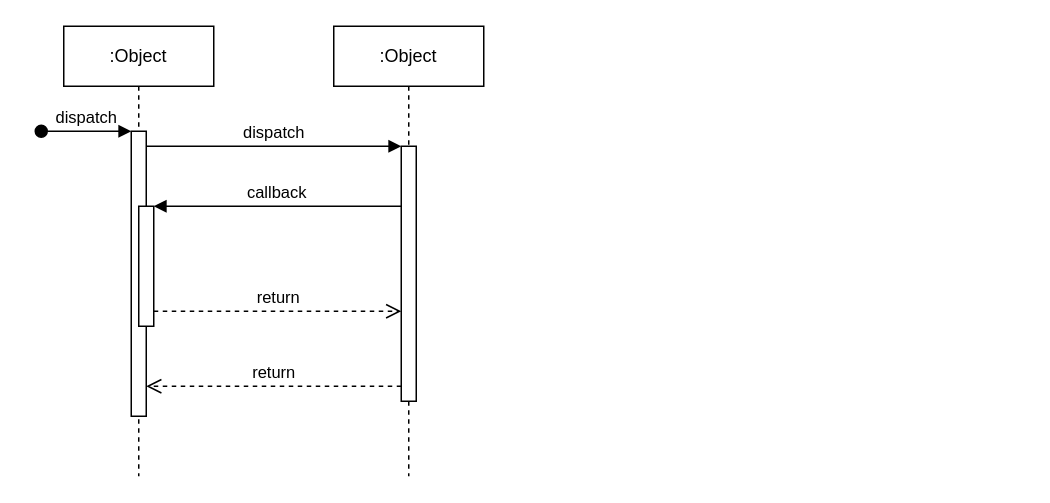
Earlier version of the draw.io diagram Untitled Diagram.drawio (jsonggan/term5_ESC_Cohort_Exercise). Source tidied: cells renumbered, new cells numbered last; positions are measured from the earlier drawing's top-left corner, leaving out a move shared by most shapes. Both pictures are drawn from the tidied source at 150%, with x=0, y=0 at pixel (40, 26).
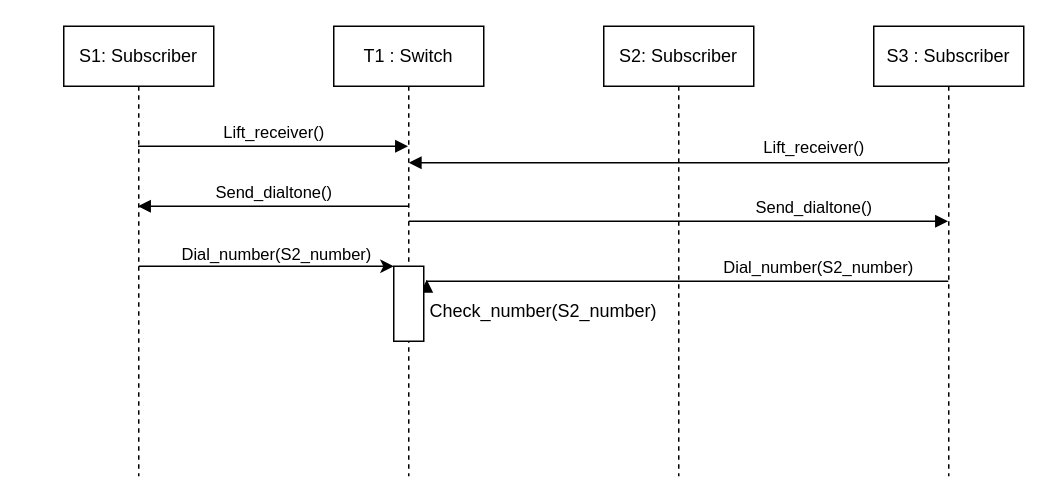
The same diagram, later.

Diff of the diagram source:
```diff
@@
-    <mxCell id="2" value=":Object" style="shape=umlLifeline;perimeter=lifelinePerimeter;whiteSpace=wrap;html=1;outlineConnect=0;portConstraint=eastwest;newEdgeStyle={&quot;edgeStyle&quot;:&quot;elbowEdgeStyle&quot;,&quot;elbow&quot;:&quot;vertical&quot;,&quot;curved&quot;:0,&quot;rounded&quot;:0};" parent="1" vertex="1">
+    <mxCell id="2" value="S1: Subscriber" style="shape=umlLifeline;perimeter=lifelinePerimeter;whiteSpace=wrap;html=1;outlineConnect=0;portConstraint=eastwest;newEdgeStyle={&quot;edgeStyle&quot;:&quot;elbowEdgeStyle&quot;,&quot;elbow&quot;:&quot;vertical&quot;,&quot;curved&quot;:0,&quot;rounded&quot;:0};" parent="1" vertex="1">
       <mxGeometry x="15" width="100" height="300" as="geometry" />
     </mxCell>
-    <mxCell id="3" style="html=1;points=[];perimeter=orthogonalPerimeter;outlineConnect=0;targetShapes=umlLifeline;portConstraint=eastwest;newEdgeStyle={&quot;edgeStyle&quot;:&quot;elbowEdgeStyle&quot;,&quot;elbow&quot;:&quot;vertical&quot;,&quot;curved&quot;:0,&quot;rounded&quot;:0};" parent="2" vertex="1">
-      <mxGeometry x="45" y="70" width="10" height="190" as="geometry" />
-    </mxCell>
-    <mxCell id="4" value="dispatch" style="html=1;verticalAlign=bottom;startArrow=oval;endArrow=block;startSize=8;edgeStyle=elbowEdgeStyle;elbow=vertical;curved=0;rounded=0;" parent="2" edge="1" target="3">
-      <mxGeometry relative="1" as="geometry">
-        <mxPoint x="-15" y="70" as="sourcePoint" />
-      </mxGeometry>
-    </mxCell>
-    <mxCell id="5" style="html=1;points=[];perimeter=orthogonalPerimeter;outlineConnect=0;targetShapes=umlLifeline;portConstraint=eastwest;newEdgeStyle={&quot;edgeStyle&quot;:&quot;elbowEdgeStyle&quot;,&quot;elbow&quot;:&quot;vertical&quot;,&quot;curved&quot;:0,&quot;rounded&quot;:0};" parent="2" vertex="1">
-      <mxGeometry x="50" y="120" width="10" height="80" as="geometry" />
-    </mxCell>
-    <mxCell id="6" value=":Object" style="shape=umlLifeline;perimeter=lifelinePerimeter;whiteSpace=wrap;html=1;outlineConnect=0;portConstraint=eastwest;newEdgeStyle={&quot;edgeStyle&quot;:&quot;elbowEdgeStyle&quot;,&quot;elbow&quot;:&quot;vertical&quot;,&quot;curved&quot;:0,&quot;rounded&quot;:0};" parent="1" vertex="1">
+    <mxCell id="6" value="T1 : Switch" style="shape=umlLifeline;perimeter=lifelinePerimeter;whiteSpace=wrap;html=1;outlineConnect=0;portConstraint=eastwest;newEdgeStyle={&quot;edgeStyle&quot;:&quot;elbowEdgeStyle&quot;,&quot;elbow&quot;:&quot;vertical&quot;,&quot;curved&quot;:0,&quot;rounded&quot;:0};" parent="1" vertex="1">
       <mxGeometry x="195" width="100" height="300" as="geometry" />
     </mxCell>
-    <mxCell id="7" style="html=1;points=[];perimeter=orthogonalPerimeter;outlineConnect=0;targetShapes=umlLifeline;portConstraint=eastwest;newEdgeStyle={&quot;edgeStyle&quot;:&quot;elbowEdgeStyle&quot;,&quot;elbow&quot;:&quot;vertical&quot;,&quot;curved&quot;:0,&quot;rounded&quot;:0};" parent="6" vertex="1">
-      <mxGeometry x="45" y="80" width="10" height="170" as="geometry" />
-    </mxCell>
-    <mxCell id="8" value="dispatch" style="html=1;verticalAlign=bottom;endArrow=block;edgeStyle=elbowEdgeStyle;elbow=vertical;curved=0;rounded=0;" parent="1" edge="1" source="3" target="7">
+    <mxCell id="8" value="Lift_receiver()" style="html=1;verticalAlign=bottom;endArrow=block;edgeStyle=elbowEdgeStyle;elbow=vertical;curved=0;rounded=0;" parent="1" edge="1" source="2" target="6">
       <mxGeometry relative="1" as="geometry">
         <Array as="points">
           <mxPoint x="155" y="80" />
         </Array>
       </mxGeometry>
     </mxCell>
-    <mxCell id="9" value="return" style="html=1;verticalAlign=bottom;endArrow=open;dashed=1;endSize=8;edgeStyle=elbowEdgeStyle;elbow=vertical;curved=0;rounded=0;" parent="1" edge="1" source="7" target="3">
-      <mxGeometry relative="1" as="geometry">
-        <Array as="points">
-          <mxPoint x="165" y="240" />
-        </Array>
-      </mxGeometry>
-    </mxCell>
-    <mxCell id="10" value="callback" style="html=1;verticalAlign=bottom;endArrow=block;edgeStyle=elbowEdgeStyle;elbow=vertical;curved=0;rounded=0;" parent="1" edge="1" source="7" target="5">
+    <mxCell id="10" value="Send_dialtone()" style="html=1;verticalAlign=bottom;endArrow=block;edgeStyle=elbowEdgeStyle;elbow=vertical;curved=0;rounded=0;" parent="1" edge="1" source="6" target="2">
       <mxGeometry relative="1" as="geometry">
         <Array as="points">
           <mxPoint x="165" y="120" />
         </Array>
       </mxGeometry>
     </mxCell>
-    <mxCell id="11" value="return" style="html=1;verticalAlign=bottom;endArrow=open;dashed=1;endSize=8;edgeStyle=elbowEdgeStyle;elbow=vertical;curved=0;rounded=0;" parent="1" edge="1" source="5" target="7">
-      <mxGeometry relative="1" as="geometry">
-        <Array as="points">
-          <mxPoint x="155" y="190" />
-        </Array>
-      </mxGeometry>
-    </mxCell>
+    <mxCell id="12" value="S2: Subscriber" style="shape=umlLifeline;perimeter=lifelinePerimeter;whiteSpace=wrap;html=1;newEdgeStyle={&quot;edgeStyle&quot;:&quot;elbowEdgeStyle&quot;,&quot;elbow&quot;:&quot;vertical&quot;,&quot;curved&quot;:0,&quot;rounded&quot;:0};" parent="1" vertex="1">
+      <mxGeometry x="375" width="100" height="300" as="geometry" />
+    </mxCell>
+    <mxCell id="13" value="S3 : Subscriber" style="shape=umlLifeline;perimeter=lifelinePerimeter;whiteSpace=wrap;html=1;outlineConnect=0;portConstraint=eastwest;newEdgeStyle={&quot;edgeStyle&quot;:&quot;elbowEdgeStyle&quot;,&quot;elbow&quot;:&quot;vertical&quot;,&quot;curved&quot;:0,&quot;rounded&quot;:0};" parent="1" vertex="1">
+      <mxGeometry x="555" width="100" height="300" as="geometry" />
+    </mxCell>
+    <mxCell id="14" value="Lift_receiver()" style="html=1;verticalAlign=bottom;endArrow=block;edgeStyle=elbowEdgeStyle;elbow=vertical;curved=0;rounded=0;" parent="1" edge="1">
+      <mxGeometry x="-0.5" y="-1" relative="1" as="geometry">
+        <mxPoint x="604.5" y="91" as="sourcePoint" />
+        <mxPoint x="245" y="91" as="targetPoint" />
+        <Array as="points">
+          <mxPoint x="525" y="91" />
+        </Array>
+      </mxGeometry>
+    </mxCell>
+    <mxCell id="15" style="endArrow=classic;html=1;rounded=0;" parent="1" edge="1">
+      <mxGeometry relative="1" as="geometry">
+        <mxPoint x="65" y="160" as="sourcePoint" />
+        <mxPoint x="235" y="160" as="targetPoint" />
+      </mxGeometry>
+    </mxCell>
+    <mxCell id="16" value="&lt;div style=&quot;text-align: center;&quot;&gt;&lt;span style=&quot;font-size: 11px; background-color: rgb(255, 255, 255);&quot;&gt;Dial_number(S2_number)&lt;/span&gt;&lt;/div&gt;" style="text;whiteSpace=wrap;html=1;" parent="1" vertex="1">
+      <mxGeometry x="92" y="138" width="110" height="40" as="geometry" />
+    </mxCell>
+    <mxCell id="17" value="Dial_number(S2_number)" style="html=1;verticalAlign=bottom;endArrow=block;edgeStyle=elbowEdgeStyle;elbow=vertical;curved=0;rounded=0;" parent="1" edge="1">
+      <mxGeometry x="-0.5" relative="1" as="geometry">
+        <mxPoint x="604.7" y="170" as="sourcePoint" />
+        <mxPoint x="257" y="169" as="targetPoint" />
+        <Array as="points">
+          <mxPoint x="525.2" y="170" />
+        </Array>
+      </mxGeometry>
+    </mxCell>
+    <mxCell id="18" value="Send_dialtone()" style="html=1;verticalAlign=bottom;endArrow=block;edgeStyle=elbowEdgeStyle;elbow=vertical;curved=0;rounded=0;" parent="1" edge="1" target="13">
+      <mxGeometry x="0.5" relative="1" as="geometry">
+        <mxPoint x="245" y="130" as="sourcePoint" />
+        <Array as="points">
+          <mxPoint x="335" y="130" />
+        </Array>
+      </mxGeometry>
+    </mxCell>
+    <mxCell id="19" style="rounded=0;whiteSpace=wrap;html=1;fillColor=default;" parent="1" vertex="1">
+      <mxGeometry x="235" y="160" width="20" height="50" as="geometry" />
+    </mxCell>
+    <mxCell id="20" value="Check_number(S2_number)" style="text;html=1;strokeColor=none;fillColor=none;align=center;verticalAlign=middle;whiteSpace=wrap;rounded=0;" parent="1" vertex="1">
+      <mxGeometry x="305" y="180" width="60" height="20" as="geometry" />
+    </mxCell>
```
